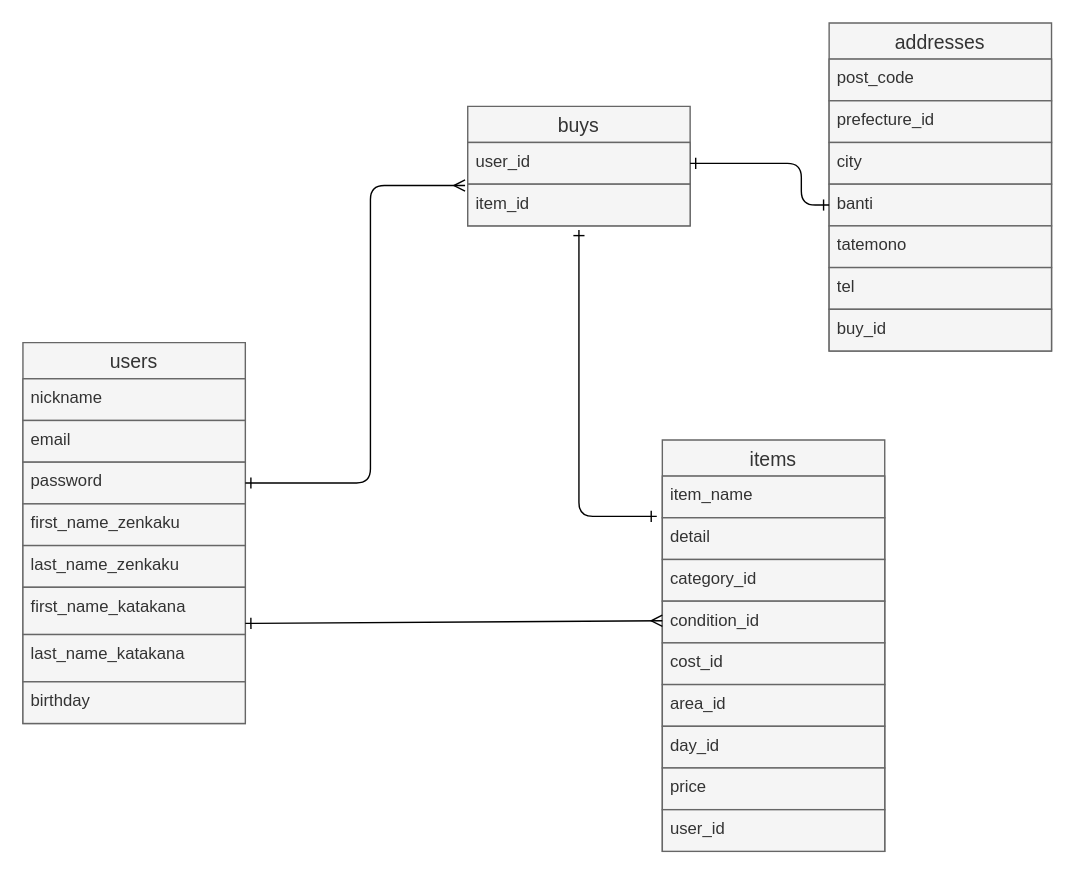
The draw.io diagram ER.dio in joni-deppu/furima-38310, before the edit. Source tidied: cells renumbered, new cells numbered last; positions are measured from the earlier drawing's top-left corner, leaving out a move shared by most shapes. Both pictures are drawn from the tidied source at 139%, with x=0, y=0 at pixel (22, 22).
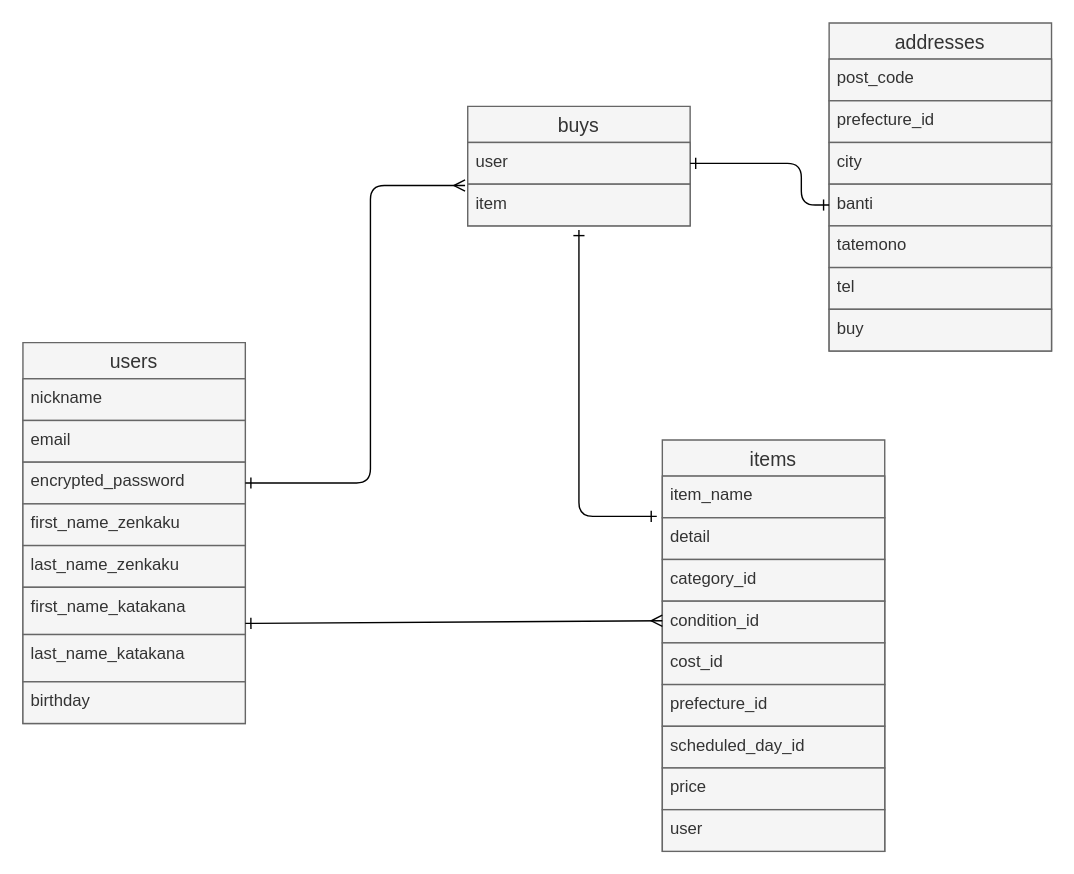
The same diagram, later.

Unchanged cells that the change refers to:
```xml
<mxCell id="2" value="users" style="swimlane;fontStyle=0;horizontal=1;startSize=26;align=center;fontSize=14;fillColor=#f5f5f5;fontColor=#333333;strokeColor=#666666;" parent="1" vertex="1">
  <mxGeometry y="230" width="160" height="274" as="geometry" />
</mxCell>
<mxCell id="11" value="items" style="swimlane;fontStyle=0;horizontal=1;startSize=26;align=center;fontSize=14;glass=0;fillColor=#f5f5f5;fontColor=#333333;strokeColor=#666666;" parent="1" vertex="1">
  <mxGeometry x="460" y="300" width="160" height="296" as="geometry" />
</mxCell>
<mxCell id="22" value="buys" style="swimlane;fontStyle=0;horizontal=1;startSize=26;align=center;fontSize=14;fillColor=#f5f5f5;fontColor=#333333;strokeColor=#666666;" parent="1" vertex="1">
  <mxGeometry x="320" y="60" width="160" height="86" as="geometry" />
</mxCell>
<mxCell id="27" value="addresses" style="swimlane;fontStyle=0;horizontal=1;startSize=26;align=center;fontSize=14;fillColor=#f5f5f5;fontColor=#333333;strokeColor=#666666;" parent="1" vertex="1">
  <mxGeometry x="580" width="160" height="236" as="geometry" />
</mxCell>
```

The edit, as a diff of the source:
```diff
@@
-    <mxCell id="5" value="password" style="text;strokeColor=#666666;fillColor=#f5f5f5;spacingLeft=4;spacingRight=4;overflow=hidden;points=[[0,0.5],[1,0.5]];portConstraint=eastwest;fontSize=12;fontColor=#333333;" parent="2" vertex="1">
+    <mxCell id="5" value="encrypted_password" style="text;strokeColor=#666666;fillColor=#f5f5f5;spacingLeft=4;spacingRight=4;overflow=hidden;points=[[0,0.5],[1,0.5]];portConstraint=eastwest;fontSize=12;fontColor=#333333;" parent="2" vertex="1">
       <mxGeometry y="86" width="160" height="30" as="geometry" />
     </mxCell>
@@
-    <mxCell id="17" value="area_id" style="text;strokeColor=#666666;fillColor=#f5f5f5;spacingLeft=4;spacingRight=4;overflow=hidden;fontSize=12;fontColor=#333333;" parent="11" vertex="1">
+    <mxCell id="17" value="prefecture_id" style="text;strokeColor=#666666;fillColor=#f5f5f5;spacingLeft=4;spacingRight=4;overflow=hidden;fontSize=12;fontColor=#333333;" parent="11" vertex="1">
       <mxGeometry y="176" width="160" height="30" as="geometry" />
     </mxCell>
-    <mxCell id="18" value="day_id" style="text;strokeColor=#666666;fillColor=#f5f5f5;spacingLeft=4;spacingRight=4;overflow=hidden;fontSize=12;fontColor=#333333;" parent="11" vertex="1">
+    <mxCell id="18" value="scheduled_day_id" style="text;strokeColor=#666666;fillColor=#f5f5f5;spacingLeft=4;spacingRight=4;overflow=hidden;fontSize=12;fontColor=#333333;" parent="11" vertex="1">
       <mxGeometry y="206" width="160" height="30" as="geometry" />
     </mxCell>
@@
-    <mxCell id="20" value="user_id" style="text;strokeColor=#666666;fillColor=#f5f5f5;spacingLeft=4;spacingRight=4;overflow=hidden;fontSize=12;fontColor=#333333;" parent="11" vertex="1">
+    <mxCell id="20" value="user" style="text;strokeColor=#666666;fillColor=#f5f5f5;spacingLeft=4;spacingRight=4;overflow=hidden;fontSize=12;fontColor=#333333;" parent="11" vertex="1">
       <mxGeometry y="266" width="160" height="30" as="geometry" />
     </mxCell>
@@
-    <mxCell id="23" value="user_id" style="text;strokeColor=#666666;fillColor=#f5f5f5;spacingLeft=4;spacingRight=4;overflow=hidden;points=[[0,0.5],[1,0.5]];portConstraint=eastwest;fontSize=12;fontColor=#333333;" parent="22" vertex="1">
+    <mxCell id="23" value="user" style="text;strokeColor=#666666;fillColor=#f5f5f5;spacingLeft=4;spacingRight=4;overflow=hidden;points=[[0,0.5],[1,0.5]];portConstraint=eastwest;fontSize=12;fontColor=#333333;" parent="22" vertex="1">
       <mxGeometry y="26" width="160" height="30" as="geometry" />
     </mxCell>
-    <mxCell id="24" value="item_id" style="text;strokeColor=#666666;fillColor=#f5f5f5;spacingLeft=4;spacingRight=4;overflow=hidden;points=[[0,0.5],[1,0.5]];portConstraint=eastwest;fontSize=12;fontColor=#333333;" parent="22" vertex="1">
+    <mxCell id="24" value="item" style="text;strokeColor=#666666;fillColor=#f5f5f5;spacingLeft=4;spacingRight=4;overflow=hidden;points=[[0,0.5],[1,0.5]];portConstraint=eastwest;fontSize=12;fontColor=#333333;" parent="22" vertex="1">
       <mxGeometry y="56" width="160" height="30" as="geometry" />
     </mxCell>
@@
-    <mxCell id="34" value="buy_id" style="text;strokeColor=#666666;fillColor=#f5f5f5;spacingLeft=4;spacingRight=4;overflow=hidden;fontSize=12;glass=0;fontColor=#333333;" parent="27" vertex="1">
+    <mxCell id="34" value="buy" style="text;strokeColor=#666666;fillColor=#f5f5f5;spacingLeft=4;spacingRight=4;overflow=hidden;fontSize=12;glass=0;fontColor=#333333;" parent="27" vertex="1">
       <mxGeometry y="206" width="160" height="30" as="geometry" />
     </mxCell>
```
